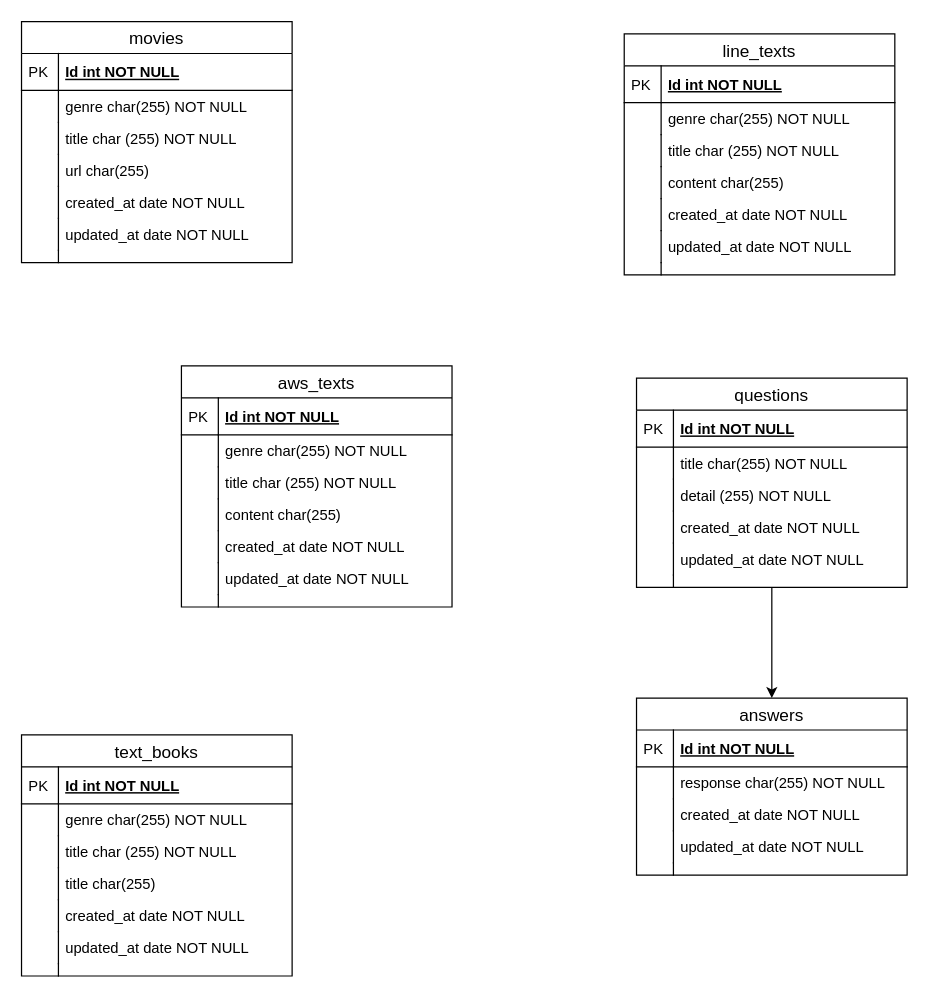
The draw.io diagram gyakuten_clone_app.drawio in T-Tsujii/gyakuten_clone_group29, before the edit. Source tidied: cells renumbered, new cells numbered last; positions are measured from the earlier drawing's top-left corner, leaving out a move shared by most shapes. Both pictures are drawn from the tidied source at 123%, with x=0, y=0 at pixel (21, 21).
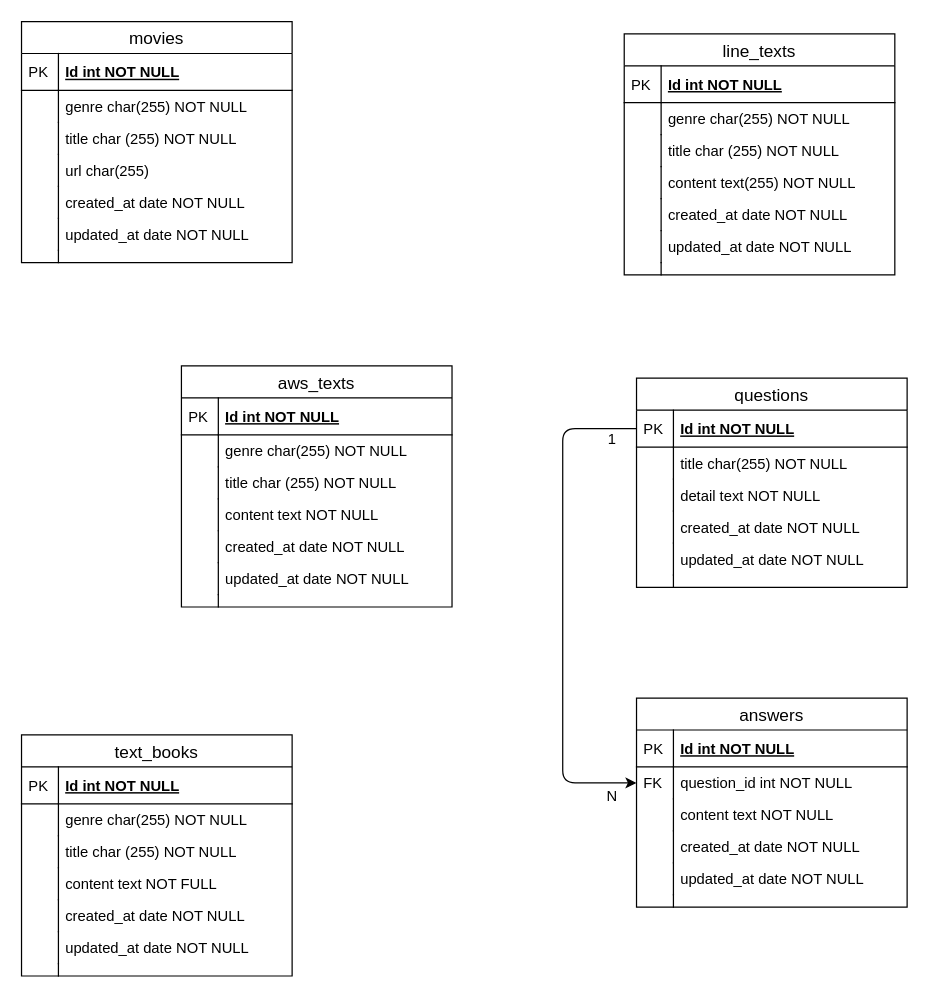
The same diagram, later.

Commit message:
カラムの追加&型修正

Unchanged cells that the change refers to:
```xml
<mxCell id="2" value="text_books" style="swimlane;fontStyle=0;horizontal=1;startSize=26;align=center;fontSize=14;" parent="1" vertex="1">
  <mxGeometry y="580" width="220" height="196" as="geometry" />
</mxCell>
<mxCell id="17" value="line_texts" style="swimlane;fontStyle=0;horizontal=1;startSize=26;align=center;fontSize=14;" parent="1" vertex="1">
  <mxGeometry x="490" y="10" width="220" height="196" as="geometry" />
</mxCell>
<mxCell id="47" value="aws_texts" style="swimlane;fontStyle=0;horizontal=1;startSize=26;align=center;fontSize=14;" parent="1" vertex="1">
  <mxGeometry x="130" y="280" width="220" height="196" as="geometry" />
</mxCell>
<mxCell id="63" value="questions" style="swimlane;fontStyle=0;horizontal=1;startSize=26;align=center;fontSize=14;" parent="1" vertex="1">
  <mxGeometry x="500" y="290" width="220" height="170" as="geometry" />
</mxCell>
<mxCell id="64" value="Id int NOT NULL" style="shape=partialRectangle;top=0;left=0;right=0;bottom=1;align=left;verticalAlign=middle;fillColor=none;spacingLeft=34;spacingRight=4;overflow=hidden;points=[[0,0.5],[1,0.5]];portConstraint=eastwest;fontStyle=5;fontSize=12;" parent="63" vertex="1">
  <mxGeometry y="26" width="220" height="30" as="geometry" />
</mxCell>
```

Diff of the diagram source:
```diff
@@
-    <mxCell id="9" value="title char(255)" style="shape=partialRectangle;top=0;left=0;right=0;bottom=0;align=left;verticalAlign=top;fillColor=none;spacingLeft=34;spacingRight=4;overflow=hidden;fontSize=12;" parent="2" vertex="1">
+    <mxCell id="9" value="content text NOT FULL" style="shape=partialRectangle;top=0;left=0;right=0;bottom=0;align=left;verticalAlign=top;fillColor=none;spacingLeft=34;spacingRight=4;overflow=hidden;fontSize=12;" parent="2" vertex="1">
       <mxGeometry y="108" width="220" height="26" as="geometry" />
     </mxCell>
@@
-    <mxCell id="24" value="content char(255)" style="shape=partialRectangle;top=0;left=0;right=0;bottom=0;align=left;verticalAlign=top;fillColor=none;spacingLeft=34;spacingRight=4;overflow=hidden;fontSize=12;" parent="17" vertex="1">
+    <mxCell id="24" value="content text(255) NOT NULL" style="shape=partialRectangle;top=0;left=0;right=0;bottom=0;align=left;verticalAlign=top;fillColor=none;spacingLeft=34;spacingRight=4;overflow=hidden;fontSize=12;" parent="17" vertex="1">
       <mxGeometry y="108" width="220" height="26" as="geometry" />
     </mxCell>
@@
-    <mxCell id="54" value="content char(255)" style="shape=partialRectangle;top=0;left=0;right=0;bottom=0;align=left;verticalAlign=top;fillColor=none;spacingLeft=34;spacingRight=4;overflow=hidden;fontSize=12;" parent="47" vertex="1">
+    <mxCell id="54" value="content text NOT NULL" style="shape=partialRectangle;top=0;left=0;right=0;bottom=0;align=left;verticalAlign=top;fillColor=none;spacingLeft=34;spacingRight=4;overflow=hidden;fontSize=12;" parent="47" vertex="1">
       <mxGeometry y="108" width="220" height="26" as="geometry" />
     </mxCell>
@@
-    <mxCell id="62" style="edgeStyle=orthogonalEdgeStyle;rounded=0;jettySize=auto;html=1;" parent="1" edge="1" source="63" target="76">
-      <mxGeometry relative="1" as="geometry" />
-    </mxCell>
@@
-    <mxCell id="68" value="detail (255) NOT NULL&#10;" style="shape=partialRectangle;top=0;left=0;right=0;bottom=0;align=left;verticalAlign=top;fillColor=none;spacingLeft=34;spacingRight=4;overflow=hidden;fontSize=12;" parent="63" vertex="1">
+    <mxCell id="68" value="detail text NOT NULL&#10;" style="shape=partialRectangle;top=0;left=0;right=0;bottom=0;align=left;verticalAlign=top;fillColor=none;spacingLeft=34;spacingRight=4;overflow=hidden;fontSize=12;" parent="63" vertex="1">
       <mxGeometry y="82" width="220" height="26" as="geometry" />
     </mxCell>
@@
     <mxCell id="76" value="answers" style="swimlane;fontStyle=0;horizontal=1;startSize=26;align=center;fontSize=14;" parent="1" vertex="1">
-      <mxGeometry x="500" y="550" width="220" height="144" as="geometry" />
+      <mxGeometry x="500" y="550" width="220" height="170" as="geometry" />
     </mxCell>
@@
-    <mxCell id="79" value="response char(255) NOT NULL&#10;" style="shape=partialRectangle;top=0;left=0;right=0;bottom=0;align=left;verticalAlign=top;fillColor=none;spacingLeft=34;spacingRight=4;overflow=hidden;points=[[0,0.5],[1,0.5]];portConstraint=eastwest;fontSize=12;" parent="76" vertex="1">
+    <mxCell id="79" value="question_id int NOT NULL&#10;" style="shape=partialRectangle;top=0;left=0;right=0;bottom=0;align=left;verticalAlign=top;fillColor=none;spacingLeft=34;spacingRight=4;overflow=hidden;points=[[0,0.5],[1,0.5]];portConstraint=eastwest;fontSize=12;" parent="76" vertex="1">
       <mxGeometry y="56" width="220" height="26" as="geometry" />
     </mxCell>
-    <mxCell id="80" style="shape=partialRectangle;top=0;left=0;bottom=0;fillColor=none;align=left;verticalAlign=top;spacingLeft=4;spacingRight=4;overflow=hidden;fontSize=12;" parent="79" vertex="1">
+    <mxCell id="80" value="FK" style="shape=partialRectangle;top=0;left=0;bottom=0;fillColor=none;align=left;verticalAlign=top;spacingLeft=4;spacingRight=4;overflow=hidden;fontSize=12;" parent="79" vertex="1">
       <mxGeometry width="30" height="26" as="geometry" />
     </mxCell>
+    <mxCell id="87" value="content text NOT NULL&#10;" style="shape=partialRectangle;top=0;left=0;right=0;bottom=0;align=left;verticalAlign=top;fillColor=none;spacingLeft=34;spacingRight=4;overflow=hidden;fontSize=12;" parent="76" vertex="1">
+      <mxGeometry y="82" width="220" height="26" as="geometry" />
+    </mxCell>
+    <mxCell id="88" style="shape=partialRectangle;top=0;left=0;bottom=0;fillColor=none;align=left;verticalAlign=top;spacingLeft=4;spacingRight=4;overflow=hidden;fontSize=12;" parent="87" vertex="1">
+      <mxGeometry width="30" height="26" as="geometry" />
+    </mxCell>
     <mxCell id="81" value="created_at date NOT NULL" style="shape=partialRectangle;top=0;left=0;right=0;bottom=0;align=left;verticalAlign=top;fillColor=none;spacingLeft=34;spacingRight=4;overflow=hidden;fontSize=12;" parent="76" vertex="1">
-      <mxGeometry y="82" width="220" height="26" as="geometry" />
+      <mxGeometry y="108" width="220" height="26" as="geometry" />
     </mxCell>
@@
     <mxCell id="83" value="updated_at date NOT NULL" style="shape=partialRectangle;top=0;left=0;right=0;bottom=0;align=left;verticalAlign=top;fillColor=none;spacingLeft=34;spacingRight=4;overflow=hidden;fontSize=12;" parent="76" vertex="1">
-      <mxGeometry y="108" width="220" height="26" as="geometry" />
+      <mxGeometry y="134" width="220" height="26" as="geometry" />
     </mxCell>
@@
     <mxCell id="85" style="shape=partialRectangle;top=0;left=0;right=0;bottom=0;align=left;verticalAlign=top;fillColor=none;spacingLeft=34;spacingRight=4;overflow=hidden;fontSize=12;" parent="76" vertex="1">
-      <mxGeometry y="134" width="220" height="10" as="geometry" />
+      <mxGeometry y="160" width="220" height="10" as="geometry" />
     </mxCell>
@@
+    <mxCell id="89" value="1" style="text;html=1;align=center;verticalAlign=middle;" parent="1" vertex="1">
+      <mxGeometry x="470" y="330" width="20" height="20" as="geometry" />
+    </mxCell>
+    <mxCell id="90" value="N" style="text;html=1;align=center;verticalAlign=middle;" parent="1" vertex="1">
+      <mxGeometry x="470" y="620" width="20" height="20" as="geometry" />
+    </mxCell>
+    <mxCell id="91" style="edgeStyle=segmentEdgeStyle;endArrow=classic;html=1;exitX=0;exitY=0.5;exitDx=0;exitDy=0;entryX=0;entryY=0.5;entryDx=0;entryDy=0;" parent="1" edge="1" source="64" target="79">
+      <mxGeometry relative="1" as="geometry">
+        <Array as="points">
+          <mxPoint x="440" y="331" />
+          <mxPoint x="440" y="619" />
+        </Array>
+      </mxGeometry>
+    </mxCell>
```
